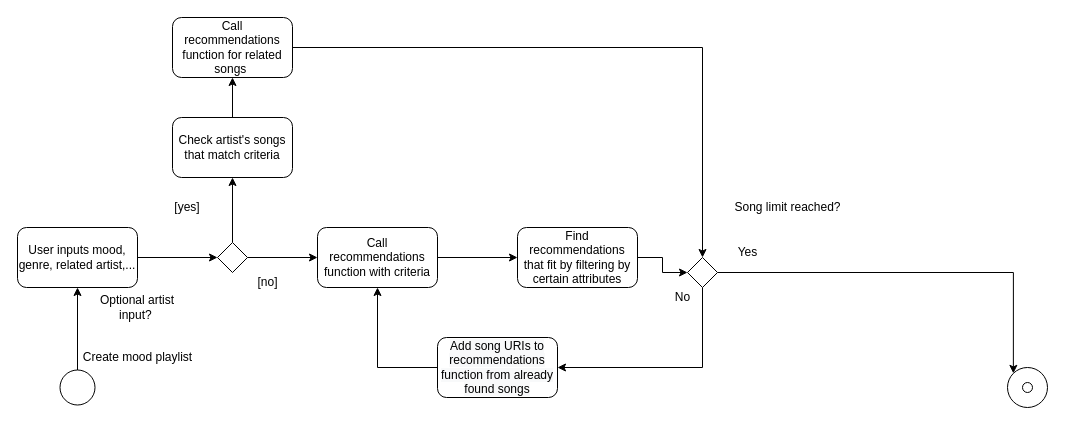
stpilks99/moodipy keeps this draw.io diagram as Diagrams/Activity/activity_model_functions.drawio. Above is the earlier version. Source tidied: cells renumbered, new cells numbered last; positions are measured from the earlier drawing's top-left corner, leaving out a move shared by most shapes. Both pictures are drawn from the tidied source at 100%, with x=0, y=0 at pixel (17, 17).
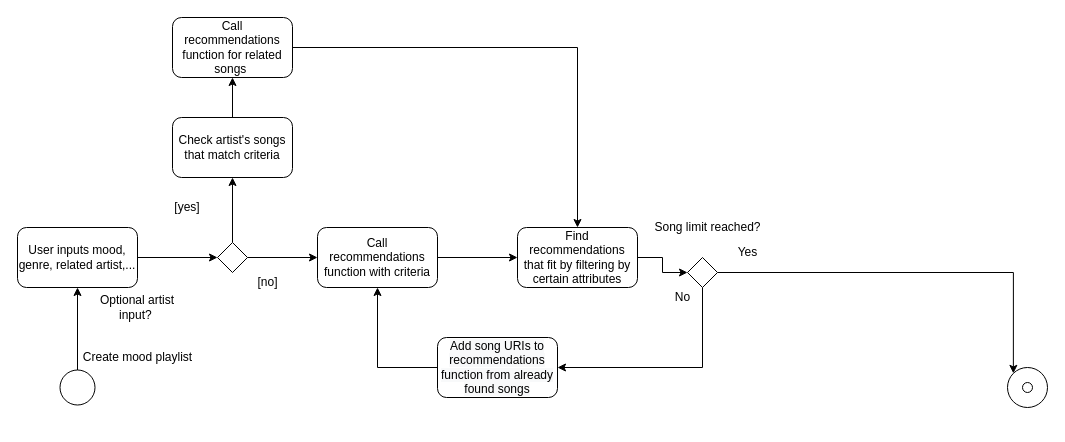
After the change.

Unchanged cells that the change refers to:
```xml
<mxCell id="17" value="Call recommendations function for related songs&amp;nbsp;" style="rounded=1;whiteSpace=wrap;html=1;" parent="1" vertex="1">
  <mxGeometry x="155" width="120" height="60" as="geometry" />
</mxCell>
<mxCell id="22" value="Find recommendations that fit by filtering by certain attributes" style="rounded=1;whiteSpace=wrap;html=1;" parent="1" vertex="1">
  <mxGeometry x="500" y="210" width="120" height="60" as="geometry" />
</mxCell>
<mxCell id="25" style="rhombus;whiteSpace=wrap;html=1;" parent="1" vertex="1">
  <mxGeometry x="670" y="240" width="30" height="30" as="geometry" />
</mxCell>
```

Diff of the diagram source:
```diff
@@
-    <mxCell id="16" style="edgeStyle=orthogonalEdgeStyle;rounded=0;jettySize=auto;html=1;exitX=1;exitY=0.5;exitDx=0;exitDy=0;entryX=0.5;entryY=0;entryDx=0;entryDy=0;" parent="1" edge="1" source="17" target="25">
+    <mxCell id="16" style="edgeStyle=orthogonalEdgeStyle;rounded=0;jettySize=auto;html=1;exitX=1;exitY=0.5;exitDx=0;exitDy=0;entryX=0.5;entryY=0;entryDx=0;entryDy=0;" parent="1" edge="1" source="17" target="22">
       <mxGeometry relative="1" as="geometry" />
     </mxCell>
@@
     <mxCell id="26" value="Song limit reached?" style="text;html=1;align=center;verticalAlign=middle;" parent="1" vertex="1">
-      <mxGeometry x="710" y="180" width="120" height="20" as="geometry" />
+      <mxGeometry x="630" y="200" width="120" height="20" as="geometry" />
     </mxCell>
```
